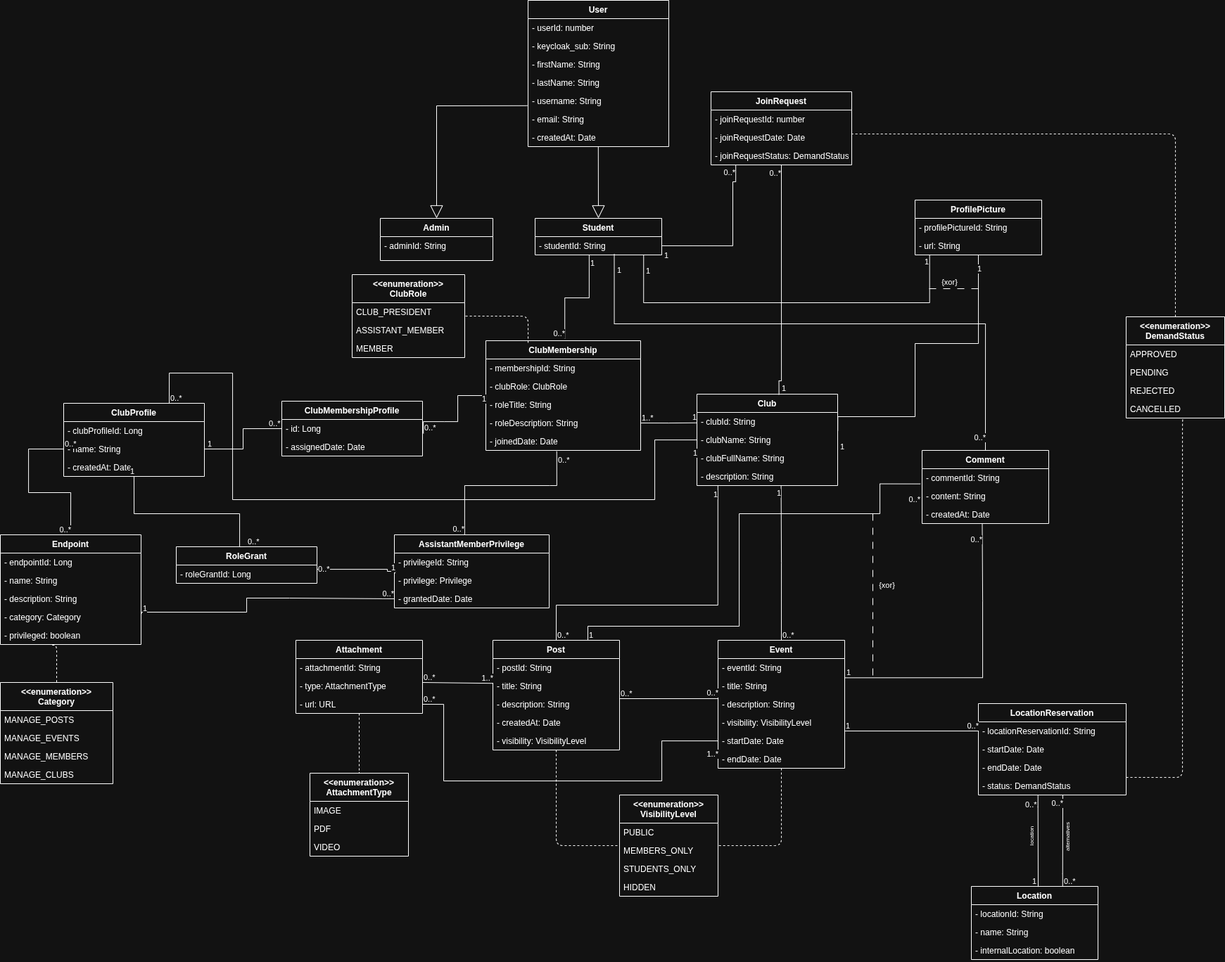
Before: docs/class_diagram.png, a diagram exported from draw.io (appsbuildcommunity/school-club-management-system). Source tidied: cells renumbered, new cells last; positions are measured from the earlier drawing's top-left corner, leaving out a move shared by most shapes.
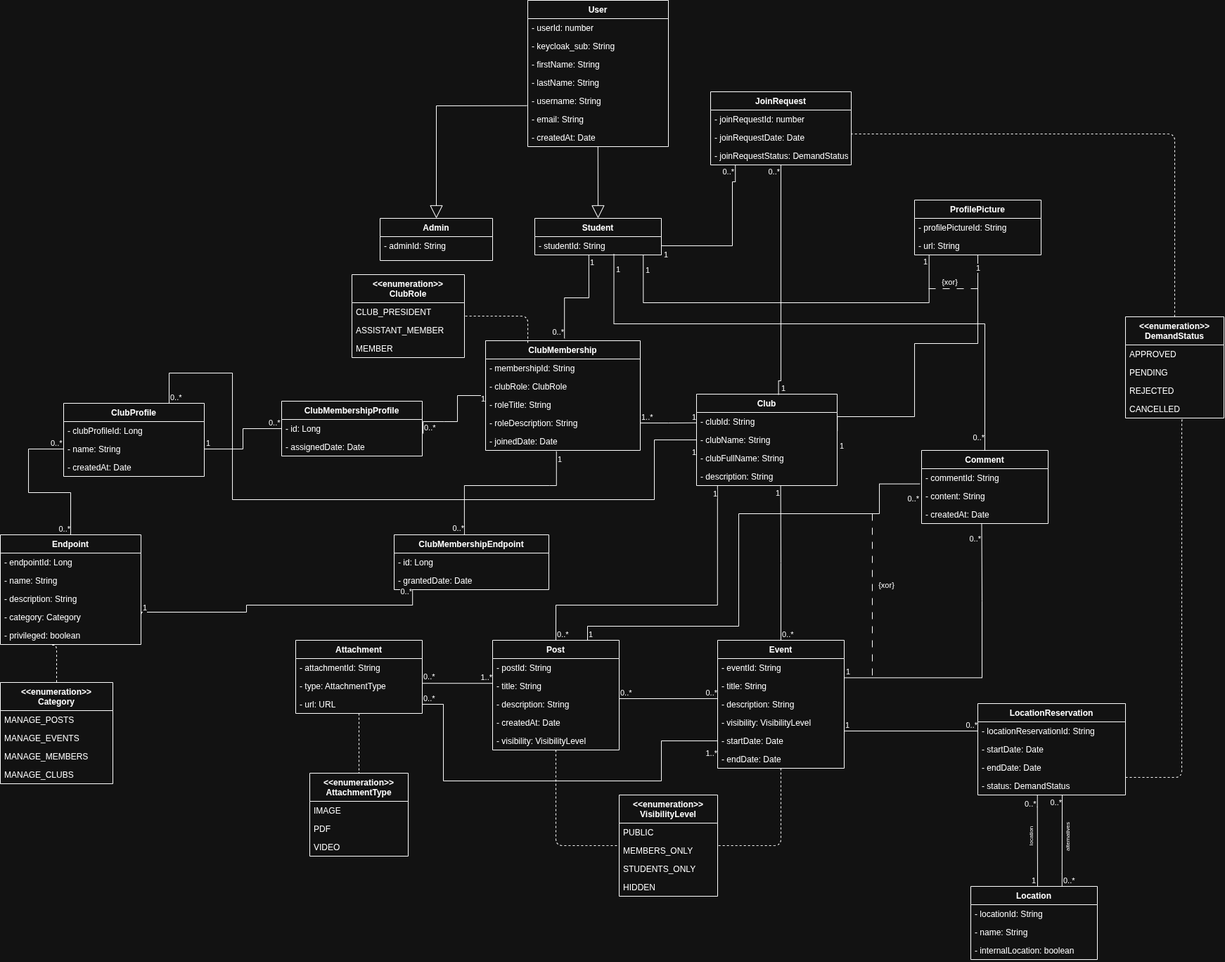
After the change.

What changed in the source:
```diff
@@ -83,17 +83,14 @@
     <mxCell id="28" value="MEMBER" style="text;strokeColor=none;fillColor=none;align=left;verticalAlign=top;spacingLeft=4;spacingRight=4;overflow=hidden;html=1;labelBorderColor=none;textShadow=0;" parent="25" vertex="1">
       <mxGeometry y="92" width="160" height="26" as="geometry" />
     </mxCell>
-    <mxCell id="29" value="AssistantMemberPrivilege" style="swimlane;fontStyle=1;align=center;verticalAlign=top;horizontal=1;startSize=26;labelBorderColor=none;textShadow=0;" parent="1" vertex="1">
-      <mxGeometry x="560" y="760" width="220" height="104" as="geometry" />
-    </mxCell>
-    <mxCell id="30" value="&lt;span style=&quot;text-wrap-mode: nowrap;&quot;&gt;- privilegeId: String&lt;/span&gt;" style="text;strokeColor=none;fillColor=none;align=left;verticalAlign=top;spacingLeft=4;spacingRight=4;overflow=hidden;html=1;labelBorderColor=none;textShadow=0;" parent="29" vertex="1">
-      <mxGeometry y="26" width="220" height="26" as="geometry" />
-    </mxCell>
-    <mxCell id="31" value="&lt;span style=&quot;text-wrap-mode: nowrap;&quot;&gt;- privilege: Privilege&lt;/span&gt;" style="text;strokeColor=none;fillColor=none;align=left;verticalAlign=top;spacingLeft=4;spacingRight=4;overflow=hidden;points=[[0,0.5],[1,0.5]];portConstraint=eastwest;html=1;labelBorderColor=none;textShadow=0;" parent="29" vertex="1">
-      <mxGeometry y="52" width="220" height="26" as="geometry" />
-    </mxCell>
+    <mxCell id="192" value="ClubMembershipEndpoint" style="swimlane;fontStyle=1;align=center;verticalAlign=top;horizontal=1;startSize=26;labelBorderColor=none;textShadow=0;" parent="1" vertex="1">
+      <mxGeometry x="560" y="760" width="220" height="78" as="geometry" />
+    </mxCell>
+    <mxCell id="193" value="- id: Long" style="text;strokeColor=none;fillColor=none;align=left;verticalAlign=top;spacingLeft=4;spacingRight=4;overflow=hidden;html=1;labelBorderColor=none;textShadow=0;" parent="192" vertex="1">
+      <mxGeometry y="26" width="220" height="26" as="geometry" />
+    </mxCell>
-    <mxCell id="32" value="&lt;span style=&quot;text-wrap-mode: nowrap;&quot;&gt;- grantedDate: Date&lt;/span&gt;" style="text;strokeColor=none;fillColor=none;align=left;verticalAlign=top;spacingLeft=4;spacingRight=4;overflow=hidden;points=[[0,0.5],[1,0.5]];portConstraint=eastwest;html=1;labelBorderColor=none;textShadow=0;" parent="29" vertex="1">
-      <mxGeometry y="78" width="220" height="26" as="geometry" />
+    <mxCell id="32" value="- grantedDate: Date" style="text;strokeColor=none;fillColor=none;align=left;verticalAlign=top;spacingLeft=4;spacingRight=4;overflow=hidden;points=[[0,0.5],[1,0.5]];portConstraint=eastwest;html=1;labelBorderColor=none;textShadow=0;" parent="192" vertex="1">
+      <mxGeometry y="52" width="220" height="26" as="geometry" />
     </mxCell>
     <mxCell id="33" value="Post" style="swimlane;fontStyle=1;align=center;verticalAlign=top;horizontal=1;startSize=26;labelBorderColor=none;textShadow=0;" parent="1" vertex="1">
       <mxGeometry x="700" y="910" width="180" height="156" as="geometry" />
@@ -333,7 +330,7 @@
         <mxPoint y="30" as="offset" />
       </mxGeometry>
     </mxCell>
-    <mxCell id="94" style="endArrow=none;html=1;edgeStyle=orthogonalEdgeStyle;rounded=0;exitX=0.458;exitY=1.05;exitDx=0;exitDy=0;exitPerimeter=0;entryX=0.454;entryY=-0.006;entryDx=0;entryDy=0;entryPerimeter=0;labelBorderColor=none;textShadow=0;" parent="1" edge="1" source="24" target="29">
+    <mxCell id="94" style="endArrow=none;html=1;edgeStyle=orthogonalEdgeStyle;rounded=0;exitX=0.458;exitY=1.05;exitDx=0;exitDy=0;exitPerimeter=0;entryX=0.454;entryY=-0.006;entryDx=0;entryDy=0;entryPerimeter=0;labelBorderColor=none;textShadow=0;" parent="1" edge="1" source="24" target="192">
       <mxGeometry relative="1" as="geometry">
         <Array as="points">
           <mxPoint x="781" y="690" />
@@ -341,7 +338,7 @@
         </Array>
       </mxGeometry>
     </mxCell>
-    <mxCell id="95" value="0..*" style="edgeLabel;html=1;align=left;verticalAlign=bottom;labelBorderColor=none;textShadow=0;" parent="94" vertex="1">
+    <mxCell id="95" value="1" style="edgeLabel;html=1;align=left;verticalAlign=bottom;labelBorderColor=none;textShadow=0;" parent="94" vertex="1">
       <mxGeometry x="-1" relative="1" as="geometry">
         <mxPoint y="20" as="offset" />
       </mxGeometry>
@@ -650,12 +647,6 @@
     <mxCell id="167" value="- assignedDate: Date" style="text;strokeColor=none;fillColor=none;align=left;verticalAlign=top;spacingLeft=4;spacingRight=4;overflow=hidden;html=1;labelBorderColor=none;textShadow=0;" parent="165" vertex="1">
       <mxGeometry y="52" width="200" height="26" as="geometry" />
     </mxCell>
-    <mxCell id="168" value="RoleGrant" style="swimlane;fontStyle=1;align=center;verticalAlign=top;horizontal=1;startSize=26;labelBorderColor=none;textShadow=0;" parent="1" vertex="1">
-      <mxGeometry x="250" y="777" width="200" height="52" as="geometry" />
-    </mxCell>
-    <mxCell id="169" value="- roleGrantId: Long" style="text;strokeColor=none;fillColor=none;align=left;verticalAlign=top;spacingLeft=4;spacingRight=4;overflow=hidden;points=[[0,0.5],[1,0.5]];portConstraint=eastwest;html=1;labelBorderColor=none;textShadow=0;" parent="168" vertex="1">
-      <mxGeometry y="26" width="200" height="26" as="geometry" />
-    </mxCell>
     <mxCell id="170" style="endArrow=none;html=1;endSize=12;startArrow=none;startSize=14;startFill=0;edgeStyle=orthogonalEdgeStyle;exitX=0.369;exitY=1.035;exitDx=0;exitDy=0;entryX=0.5;entryY=0;entryDx=0;entryDy=0;dashed=1;labelBorderColor=none;textShadow=0;exitPerimeter=0;" parent="1" edge="1" source="155" target="156">
       <mxGeometry relative="1" as="geometry">
         <Array as="points">
@@ -691,7 +682,9 @@
       </mxGeometry>
     </mxCell>
     <mxCell id="175" value="0..*" style="edgeLabel;html=1;align=left;verticalAlign=bottom;labelBorderColor=none;textShadow=0;" parent="174" vertex="1">
-      <mxGeometry x="-1" relative="1" as="geometry" />
+      <mxGeometry x="-1" relative="1" as="geometry">
+        <mxPoint x="-20" as="offset" />
+      </mxGeometry>
     </mxCell>
     <mxCell id="176" value="0..*" style="edgeLabel;html=1;align=right;verticalAlign=bottom;labelBorderColor=none;textShadow=0;" parent="174" vertex="1">
       <mxGeometry x="1" relative="1" as="geometry" />
@@ -726,43 +719,13 @@
         <mxPoint x="10" as="offset" />
       </mxGeometry>
     </mxCell>
-    <mxCell id="183" style="endArrow=none;html=1;edgeStyle=orthogonalEdgeStyle;rounded=0;exitX=0.5;exitY=0;exitDx=0;exitDy=0;entryX=0.5;entryY=1;entryDx=0;entryDy=0;labelBorderColor=none;textShadow=0;" parent="1" edge="1" source="168" target="161">
-      <mxGeometry relative="1" as="geometry">
-        <Array as="points">
-          <mxPoint x="340" y="777" />
-          <mxPoint x="340" y="730" />
-          <mxPoint x="190" y="730" />
-        </Array>
-      </mxGeometry>
-    </mxCell>
-    <mxCell id="184" value="0..*" style="edgeLabel;html=1;align=left;verticalAlign=bottom;labelBorderColor=none;textShadow=0;" parent="183" vertex="1">
-      <mxGeometry x="-1" relative="1" as="geometry" />
-    </mxCell>
-    <mxCell id="185" value="1" style="edgeLabel;html=1;align=right;verticalAlign=bottom;labelBorderColor=none;textShadow=0;" parent="183" vertex="1">
-      <mxGeometry x="1" relative="1" as="geometry" />
-    </mxCell>
-    <mxCell id="186" style="endArrow=none;html=1;edgeStyle=orthogonalEdgeStyle;rounded=0;exitX=1;exitY=0.5;exitDx=0;exitDy=0;entryX=0.005;entryY=0.1;entryDx=0;entryDy=0;labelBorderColor=none;textShadow=0;entryPerimeter=0;" parent="1" edge="1" source="169" target="31">
-      <mxGeometry relative="1" as="geometry">
-        <Array as="points">
-          <mxPoint x="550" y="809" />
-          <mxPoint x="550" y="812" />
-          <mxPoint x="561" y="812" />
-        </Array>
-      </mxGeometry>
-    </mxCell>
-    <mxCell id="187" value="0..*" style="edgeLabel;html=1;align=left;verticalAlign=bottom;labelBorderColor=none;textShadow=0;" parent="186" vertex="1">
-      <mxGeometry x="-1" relative="1" as="geometry" />
-    </mxCell>
-    <mxCell id="188" value="1" style="edgeLabel;html=1;align=right;verticalAlign=bottom;labelBorderColor=none;textShadow=0;" parent="186" vertex="1">
-      <mxGeometry x="1" relative="1" as="geometry" />
-    </mxCell>
-    <mxCell id="189" style="endArrow=none;html=1;edgeStyle=orthogonalEdgeStyle;rounded=0;exitX=1.003;exitY=0.322;exitDx=0;exitDy=0;entryX=0;entryY=0.5;entryDx=0;entryDy=0;labelBorderColor=none;textShadow=0;exitPerimeter=0;" parent="1" edge="1" source="154" target="32">
+    <mxCell id="189" style="endArrow=none;html=1;edgeStyle=orthogonalEdgeStyle;rounded=0;exitX=1.003;exitY=0.322;exitDx=0;exitDy=0;entryX=0.119;entryY=1.033;entryDx=0;entryDy=0;labelBorderColor=none;textShadow=0;exitPerimeter=0;entryPerimeter=0;" parent="1" edge="1" source="154" target="32">
       <mxGeometry relative="1" as="geometry">
         <Array as="points">
           <mxPoint x="201" y="870" />
           <mxPoint x="350" y="870" />
-          <mxPoint x="350" y="850" />
-          <mxPoint x="411" y="850" />
+          <mxPoint x="350" y="860" />
+          <mxPoint x="586" y="860" />
         </Array>
       </mxGeometry>
     </mxCell>
@@ -770,7 +733,9 @@
       <mxGeometry x="-1" relative="1" as="geometry" />
     </mxCell>
     <mxCell id="191" value="0..*" style="edgeLabel;html=1;align=right;verticalAlign=bottom;labelBorderColor=none;textShadow=0;" parent="189" vertex="1">
-      <mxGeometry x="1" relative="1" as="geometry" />
+      <mxGeometry x="1" relative="1" as="geometry">
+        <mxPoint y="11" as="offset" />
+      </mxGeometry>
     </mxCell>
   </root>
 </mxGraphModel>
```
